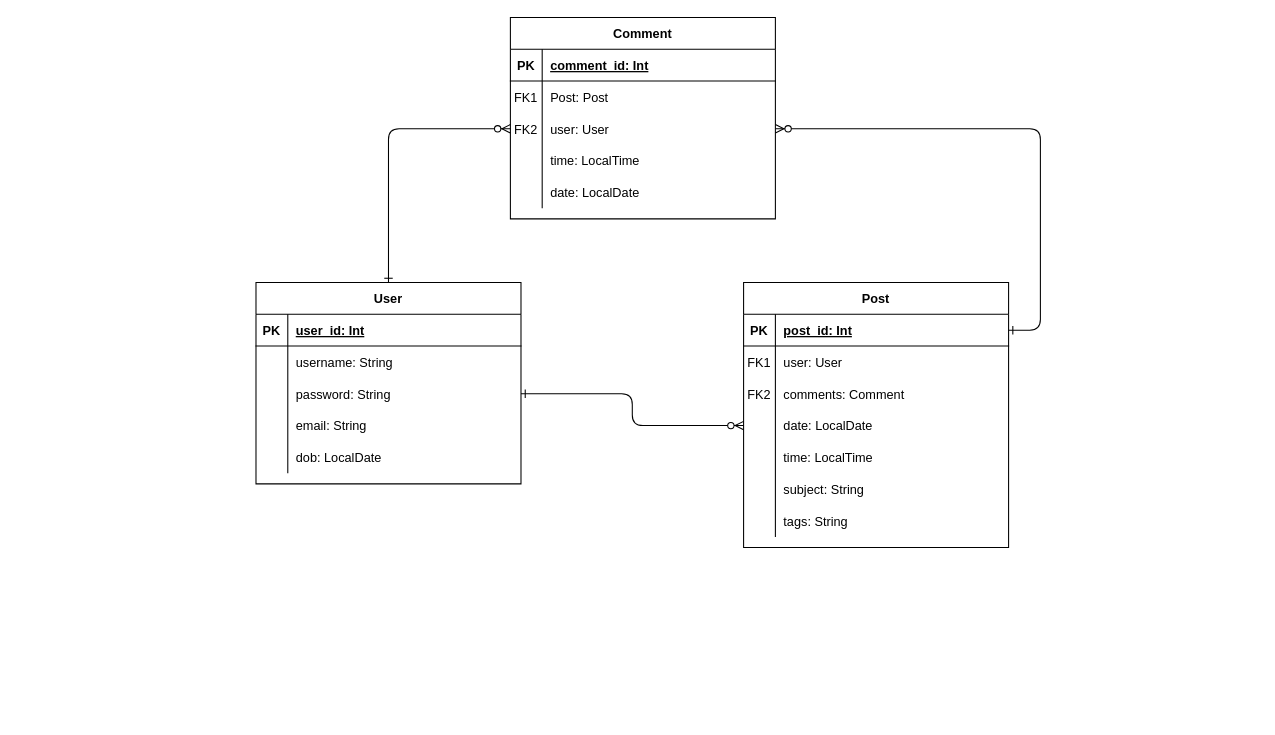
komronm8/TwitterButBetter keeps this draw.io diagram as Quackr.drawio. Above is the earlier version. Source tidied: cells renumbered, new cells numbered last; positions are measured from the earlier drawing's top-left corner, leaving out a move shared by most shapes. Both pictures are drawn from the tidied source at 106%, with x=0, y=0 at pixel (255, 17).
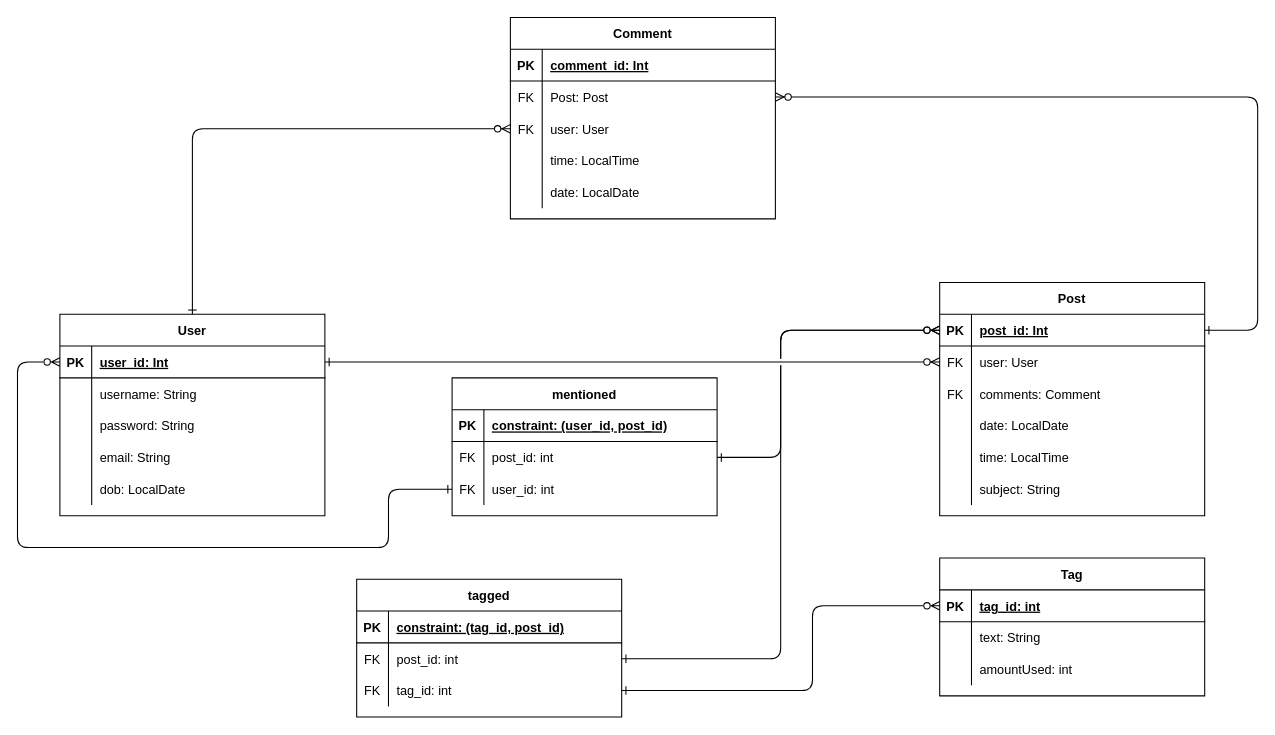
Above is the later version.

Commit message:
Added tables to the DB design

Unchanged cells that the change refers to:
```xml
<mxCell id="5" style="shape=partialRectangle;fillColor=none;points=[[0,0.5],[1,0.5]];portConstraint=eastwest;top=0;left=0;right=0;bottom=1;" parent="4" vertex="1">
  <mxGeometry y="30" width="250" height="30" as="geometry" />
</mxCell>
<mxCell id="8" style="shape=partialRectangle;fillColor=none;points=[[0,0.5],[1,0.5]];portConstraint=eastwest;top=0;left=0;right=0;bottom=0;" parent="4" vertex="1">
  <mxGeometry y="60" width="250" height="30" as="geometry" />
</mxCell>
<mxCell id="11" style="shape=partialRectangle;fillColor=none;top=0;left=0;right=0;bottom=0;" parent="4" vertex="1">
  <mxGeometry y="90" width="250" height="30" as="geometry" />
</mxCell>
<mxCell id="14" style="shape=partialRectangle;fillColor=none;points=[[0,0.5],[1,0.5]];portConstraint=eastwest;top=0;left=0;right=0;bottom=0;" parent="4" vertex="1">
  <mxGeometry y="120" width="250" height="30" as="geometry" />
</mxCell>
<mxCell id="30" style="shape=partialRectangle;fillColor=none;points=[[0,0.5],[1,0.5]];portConstraint=eastwest;top=0;left=0;right=0;bottom=0;" parent="26" vertex="1">
  <mxGeometry y="60" width="250" height="30" as="geometry" />
</mxCell>
<mxCell id="33" style="shape=partialRectangle;fillColor=none;points=[[0,0.5],[1,0.5]];portConstraint=eastwest;top=0;left=0;right=0;bottom=0;" parent="26" vertex="1">
  <mxGeometry y="90" width="250" height="30" as="geometry" />
</mxCell>
<mxCell id="43" style="shape=partialRectangle;fillColor=none;points=[[0,0.5],[1,0.5]];portConstraint=eastwest;top=0;left=0;right=0;bottom=1;" parent="42" vertex="1">
  <mxGeometry y="30" width="250" height="30" as="geometry" />
</mxCell>
<mxCell id="49" style="shape=partialRectangle;fillColor=none;points=[[0,0.5],[1,0.5]];portConstraint=eastwest;top=0;left=0;right=0;bottom=0;" parent="42" vertex="1">
  <mxGeometry y="90" width="250" height="30" as="geometry" />
</mxCell>
```

Change to the diagram source:
```diff
@@
-    <mxCell id="2" style="endArrow=ERzeroToMany;startArrow=ERone;endFill=1;startFill=0;exitX=1;exitY=0.5;exitDx=0;exitDy=0;entryX=0;entryY=0.5;entryDx=0;entryDy=0;edgeStyle=orthogonalEdgeStyle;" parent="1" edge="1" source="49" target="14">
+    <mxCell id="2" style="endArrow=ERzeroToMany;startArrow=ERone;endFill=1;startFill=0;exitX=1;exitY=0.5;exitDx=0;exitDy=0;entryX=0;entryY=0.5;entryDx=0;entryDy=0;edgeStyle=orthogonalEdgeStyle;jumpStyle=gap;" parent="1" edge="1" source="43" target="8">
       <mxGeometry relative="1" as="geometry" />
     </mxCell>
-    <mxCell id="3" style="edgeStyle=entityRelationEdgeStyle;endArrow=ERzeroToMany;startArrow=ERone;endFill=1;startFill=0;entryX=1;entryY=0.5;entryDx=0;entryDy=0;" parent="1" edge="1" source="5" target="33">
-      <mxGeometry relative="1" as="geometry" />
+    <mxCell id="3" style="edgeStyle=orthogonalEdgeStyle;endArrow=ERzeroToMany;startArrow=ERone;endFill=1;startFill=0;entryX=1;entryY=0.5;entryDx=0;entryDy=0;jumpStyle=gap;exitX=1;exitY=0.5;exitDx=0;exitDy=0;" parent="1" edge="1" source="5" target="30">
+      <mxGeometry relative="1" as="geometry">
+        <Array as="points">
+          <mxPoint x="945" y="295" />
+          <mxPoint x="945" y="75" />
+        </Array>
+      </mxGeometry>
     </mxCell>
     <mxCell id="4" value="Post" style="shape=table;startSize=30;childLayout=tableLayout;rowLines=0;fontStyle=1;align=center;" parent="1" vertex="1">
-      <mxGeometry x="460" y="250" width="250" height="250" as="geometry" />
+      <mxGeometry x="645" y="250" width="250" height="220" as="geometry" />
     </mxCell>
@@
-    <mxCell id="9" value="FK1" style="shape=partialRectangle;overflow=hidden;fillColor=none;top=0;left=0;bottom=0;right=0;" parent="8" vertex="1">
+    <mxCell id="9" value="FK" style="shape=partialRectangle;overflow=hidden;fillColor=none;top=0;left=0;bottom=0;right=0;" parent="8" vertex="1">
       <mxGeometry width="30" height="30" as="geometry" />
     </mxCell>
@@
-    <mxCell id="12" value="FK2" style="shape=partialRectangle;overflow=hidden;fillColor=none;top=0;left=0;bottom=0;right=0;" parent="11" vertex="1">
+    <mxCell id="12" value="FK" style="shape=partialRectangle;overflow=hidden;fillColor=none;top=0;left=0;bottom=0;right=0;" parent="11" vertex="1">
       <mxGeometry width="30" height="30" as="geometry" />
     </mxCell>
@@
-    <mxCell id="23" style="shape=partialRectangle;fillColor=none;top=0;left=0;right=0;bottom=0;" parent="4" vertex="1">
-      <mxGeometry y="210" width="250" height="30" as="geometry" />
-    </mxCell>
-    <mxCell id="24" style="shape=partialRectangle;overflow=hidden;fillColor=none;top=0;left=0;bottom=0;right=0;" parent="23" vertex="1">
-      <mxGeometry width="30" height="30" as="geometry" />
-    </mxCell>
-    <mxCell id="25" value="tags: String" style="shape=partialRectangle;overflow=hidden;fillColor=none;top=0;left=0;bottom=0;right=0;align=left;spacingLeft=6;" parent="23" vertex="1">
-      <mxGeometry x="30" width="220" height="30" as="geometry" />
-    </mxCell>
@@
-    <mxCell id="31" value="FK1" style="shape=partialRectangle;overflow=hidden;fillColor=none;top=0;left=0;bottom=0;right=0;" parent="30" vertex="1">
+    <mxCell id="31" value="FK" style="shape=partialRectangle;overflow=hidden;fillColor=none;top=0;left=0;bottom=0;right=0;" parent="30" vertex="1">
       <mxGeometry width="30" height="30" as="geometry" />
     </mxCell>
@@
-    <mxCell id="34" value="FK2" style="shape=partialRectangle;overflow=hidden;fillColor=none;top=0;left=0;bottom=0;right=0;" parent="33" vertex="1">
+    <mxCell id="34" value="FK" style="shape=partialRectangle;overflow=hidden;fillColor=none;top=0;left=0;bottom=0;right=0;" parent="33" vertex="1">
       <mxGeometry width="30" height="30" as="geometry" />
     </mxCell>
@@
     <mxCell id="42" value="User" style="shape=table;startSize=30;childLayout=tableLayout;rowLines=0;fontStyle=1;align=center;" parent="1" vertex="1">
-      <mxGeometry y="250" width="250" height="190" as="geometry" />
+      <mxGeometry x="-185" y="280" width="250" height="190" as="geometry" />
     </mxCell>
@@
+    <mxCell id="59" value="Tag" style="shape=table;startSize=30;childLayout=tableLayout;rowLines=0;fontStyle=1;align=center;" parent="1" vertex="1">
+      <mxGeometry x="645" y="510" width="250" height="130" as="geometry" />
+    </mxCell>
+    <mxCell id="60" style="shape=partialRectangle;fillColor=none;points=[[0,0.5],[1,0.5]];portConstraint=eastwest;top=0;left=0;right=0;bottom=1;" parent="59" vertex="1">
+      <mxGeometry y="30" width="250" height="30" as="geometry" />
+    </mxCell>
+    <mxCell id="61" value="PK" style="shape=partialRectangle;overflow=hidden;fillColor=none;top=0;left=0;bottom=0;right=0;fontStyle=1;" parent="60" vertex="1">
+      <mxGeometry width="30" height="30" as="geometry" />
+    </mxCell>
+    <mxCell id="62" value="tag_id: int" style="shape=partialRectangle;overflow=hidden;fillColor=none;top=0;left=0;bottom=0;right=0;align=left;spacingLeft=6;fontStyle=5;" parent="60" vertex="1">
+      <mxGeometry x="30" width="220" height="30" as="geometry" />
+    </mxCell>
+    <mxCell id="63" style="shape=partialRectangle;fillColor=none;top=0;left=0;right=0;bottom=0;" parent="59" vertex="1">
+      <mxGeometry y="60" width="250" height="30" as="geometry" />
+    </mxCell>
+    <mxCell id="64" style="shape=partialRectangle;overflow=hidden;fillColor=none;top=0;left=0;bottom=0;right=0;" parent="63" vertex="1">
+      <mxGeometry width="30" height="30" as="geometry" />
+    </mxCell>
+    <mxCell id="65" value="text: String" style="shape=partialRectangle;overflow=hidden;fillColor=none;top=0;left=0;bottom=0;right=0;align=left;spacingLeft=6;" parent="63" vertex="1">
+      <mxGeometry x="30" width="220" height="30" as="geometry" />
+    </mxCell>
+    <mxCell id="66" style="shape=partialRectangle;fillColor=none;top=0;left=0;right=0;bottom=0;" parent="59" vertex="1">
+      <mxGeometry y="90" width="250" height="30" as="geometry" />
+    </mxCell>
+    <mxCell id="67" style="shape=partialRectangle;overflow=hidden;fillColor=none;top=0;left=0;bottom=0;right=0;" parent="66" vertex="1">
+      <mxGeometry width="30" height="30" as="geometry" />
+    </mxCell>
+    <mxCell id="68" value="amountUsed: int" style="shape=partialRectangle;overflow=hidden;fillColor=none;top=0;left=0;bottom=0;right=0;align=left;spacingLeft=6;" parent="66" vertex="1">
+      <mxGeometry x="30" width="220" height="30" as="geometry" />
+    </mxCell>
+    <mxCell id="69" value="tagged" style="shape=table;startSize=30;childLayout=tableLayout;rowLines=0;fontStyle=1;align=center;" parent="1" vertex="1">
+      <mxGeometry x="95" y="530" width="250" height="130" as="geometry" />
+    </mxCell>
+    <mxCell id="70" style="shape=partialRectangle;fillColor=none;top=0;left=0;right=0;bottom=1;" parent="69" vertex="1">
+      <mxGeometry y="30" width="250" height="30" as="geometry" />
+    </mxCell>
+    <mxCell id="71" value="PK" style="shape=partialRectangle;overflow=hidden;fillColor=none;top=0;left=0;bottom=0;right=0;fontStyle=1;" parent="70" vertex="1">
+      <mxGeometry width="30" height="30" as="geometry" />
+    </mxCell>
+    <mxCell id="72" value="constraint: (tag_id, post_id)" style="shape=partialRectangle;overflow=hidden;fillColor=none;top=0;left=0;bottom=0;right=0;align=left;spacingLeft=6;fontStyle=5;" parent="70" vertex="1">
+      <mxGeometry x="30" width="220" height="30" as="geometry" />
+    </mxCell>
+    <mxCell id="73" style="shape=partialRectangle;fillColor=none;points=[[0,0.5],[1,0.5]];portConstraint=eastwest;top=0;left=0;right=0;bottom=0;" parent="69" vertex="1">
+      <mxGeometry y="60" width="250" height="30" as="geometry" />
+    </mxCell>
+    <mxCell id="74" value="FK" style="shape=partialRectangle;overflow=hidden;fillColor=none;top=0;left=0;bottom=0;right=0;" parent="73" vertex="1">
+      <mxGeometry width="30" height="30" as="geometry" />
+    </mxCell>
+    <mxCell id="75" value="post_id: int" style="shape=partialRectangle;overflow=hidden;fillColor=none;top=0;left=0;bottom=0;right=0;align=left;spacingLeft=6;" parent="73" vertex="1">
+      <mxGeometry x="30" width="220" height="30" as="geometry" />
+    </mxCell>
+    <mxCell id="76" style="shape=partialRectangle;fillColor=none;points=[[0,0.5],[1,0.5]];portConstraint=eastwest;top=0;left=0;right=0;bottom=0;" parent="69" vertex="1">
+      <mxGeometry y="90" width="250" height="30" as="geometry" />
+    </mxCell>
+    <mxCell id="77" value="FK" style="shape=partialRectangle;overflow=hidden;fillColor=none;top=0;left=0;bottom=0;right=0;" parent="76" vertex="1">
+      <mxGeometry width="30" height="30" as="geometry" />
+    </mxCell>
+    <mxCell id="78" value="tag_id: int" style="shape=partialRectangle;overflow=hidden;fillColor=none;top=0;left=0;bottom=0;right=0;align=left;spacingLeft=6;" parent="76" vertex="1">
+      <mxGeometry x="30" width="220" height="30" as="geometry" />
+    </mxCell>
+    <mxCell id="79" style="edgeStyle=orthogonalEdgeStyle;html=1;exitX=1;exitY=0.5;exitDx=0;exitDy=0;entryX=0;entryY=0.5;entryDx=0;entryDy=0;endArrow=ERzeroToMany;endFill=0;startArrow=ERone;startFill=0;jumpStyle=gap;" parent="1" edge="1" source="73" target="5">
+      <mxGeometry relative="1" as="geometry" />
+    </mxCell>
+    <mxCell id="80" style="edgeStyle=orthogonalEdgeStyle;jumpStyle=gap;html=1;exitX=1;exitY=0.5;exitDx=0;exitDy=0;entryX=0;entryY=0.5;entryDx=0;entryDy=0;startArrow=ERone;startFill=0;endArrow=ERzeroToMany;endFill=0;rounded=1;" parent="1" edge="1" source="76" target="60">
+      <mxGeometry relative="1" as="geometry">
+        <Array as="points">
+          <mxPoint x="525" y="635" />
+          <mxPoint x="525" y="555" />
+        </Array>
+      </mxGeometry>
+    </mxCell>
+    <mxCell id="81" value="mentioned" style="shape=table;startSize=30;childLayout=tableLayout;rowLines=0;fontStyle=1;align=center;" parent="1" vertex="1">
+      <mxGeometry x="185" y="340" width="250" height="130" as="geometry" />
+    </mxCell>
+    <mxCell id="82" style="shape=partialRectangle;fillColor=none;top=0;left=0;right=0;bottom=1;" parent="81" vertex="1">
+      <mxGeometry y="30" width="250" height="30" as="geometry" />
+    </mxCell>
+    <mxCell id="83" value="PK" style="shape=partialRectangle;overflow=hidden;fillColor=none;top=0;left=0;bottom=0;right=0;fontStyle=1;" parent="82" vertex="1">
+      <mxGeometry width="30" height="30" as="geometry" />
+    </mxCell>
+    <mxCell id="84" value="constraint: (user_id, post_id)" style="shape=partialRectangle;overflow=hidden;fillColor=none;top=0;left=0;bottom=0;right=0;align=left;spacingLeft=6;fontStyle=5;" parent="82" vertex="1">
+      <mxGeometry x="30" width="220" height="30" as="geometry" />
+    </mxCell>
+    <mxCell id="85" style="shape=partialRectangle;fillColor=none;points=[[0,0.5],[1,0.5]];portConstraint=eastwest;top=0;left=0;right=0;bottom=0;" parent="81" vertex="1">
+      <mxGeometry y="60" width="250" height="30" as="geometry" />
+    </mxCell>
+    <mxCell id="86" value="FK" style="shape=partialRectangle;overflow=hidden;fillColor=none;top=0;left=0;bottom=0;right=0;" parent="85" vertex="1">
+      <mxGeometry width="30" height="30" as="geometry" />
+    </mxCell>
+    <mxCell id="87" value="post_id: int" style="shape=partialRectangle;overflow=hidden;fillColor=none;top=0;left=0;bottom=0;right=0;align=left;spacingLeft=6;" parent="85" vertex="1">
+      <mxGeometry x="30" width="220" height="30" as="geometry" />
+    </mxCell>
+    <mxCell id="88" style="shape=partialRectangle;fillColor=none;points=[[0,0.5],[1,0.5]];portConstraint=eastwest;top=0;left=0;right=0;bottom=0;" parent="81" vertex="1">
+      <mxGeometry y="90" width="250" height="30" as="geometry" />
+    </mxCell>
+    <mxCell id="89" value="FK" style="shape=partialRectangle;overflow=hidden;fillColor=none;top=0;left=0;bottom=0;right=0;" parent="88" vertex="1">
+      <mxGeometry width="30" height="30" as="geometry" />
+    </mxCell>
+    <mxCell id="90" value="user_id: int" style="shape=partialRectangle;overflow=hidden;fillColor=none;top=0;left=0;bottom=0;right=0;align=left;spacingLeft=6;" parent="88" vertex="1">
+      <mxGeometry x="30" width="220" height="30" as="geometry" />
+    </mxCell>
+    <mxCell id="91" style="edgeStyle=orthogonalEdgeStyle;rounded=1;jumpStyle=gap;html=1;exitX=1;exitY=0.5;exitDx=0;exitDy=0;entryX=0;entryY=0.5;entryDx=0;entryDy=0;startArrow=ERone;startFill=0;endArrow=ERzeroToMany;endFill=0;" parent="1" edge="1" source="85" target="5">
+      <mxGeometry relative="1" as="geometry">
+        <Array as="points">
+          <mxPoint x="495" y="415" />
+          <mxPoint x="495" y="295" />
+        </Array>
+      </mxGeometry>
+    </mxCell>
+    <mxCell id="92" style="edgeStyle=orthogonalEdgeStyle;rounded=1;jumpStyle=gap;html=1;exitX=0;exitY=0.5;exitDx=0;exitDy=0;entryX=0;entryY=0.5;entryDx=0;entryDy=0;startArrow=ERone;startFill=0;endArrow=ERzeroToMany;endFill=0;" parent="1" edge="1" source="88" target="43">
+      <mxGeometry relative="1" as="geometry">
+        <Array as="points">
+          <mxPoint x="125" y="445" />
+          <mxPoint x="125" y="500" />
+          <mxPoint x="-225" y="500" />
+          <mxPoint x="-225" y="325" />
+        </Array>
+      </mxGeometry>
+    </mxCell>
```
